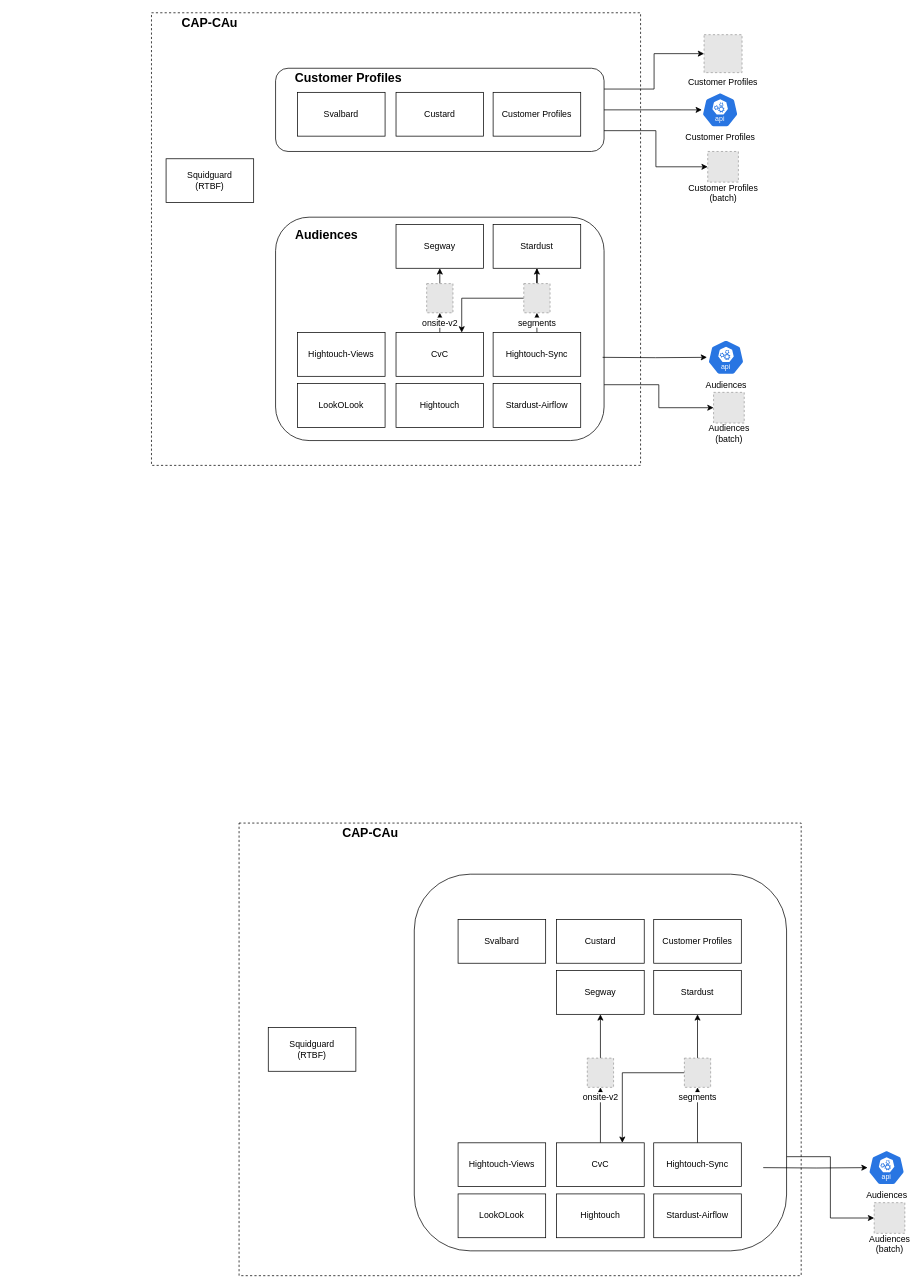
peymanmahdikhani/extra keeps this draw.io diagram as bounded-countexts.drawio. Above is the earlier version. Source tidied: cells renumbered, new cells numbered last; positions are measured from the earlier drawing's top-left corner, leaving out a move shared by most shapes. Both pictures are drawn from the tidied source at 73%, with x=0, y=0 at pixel (151, 12). Pictures stored in the file or linked from it are replaced by grey dashed boxes.
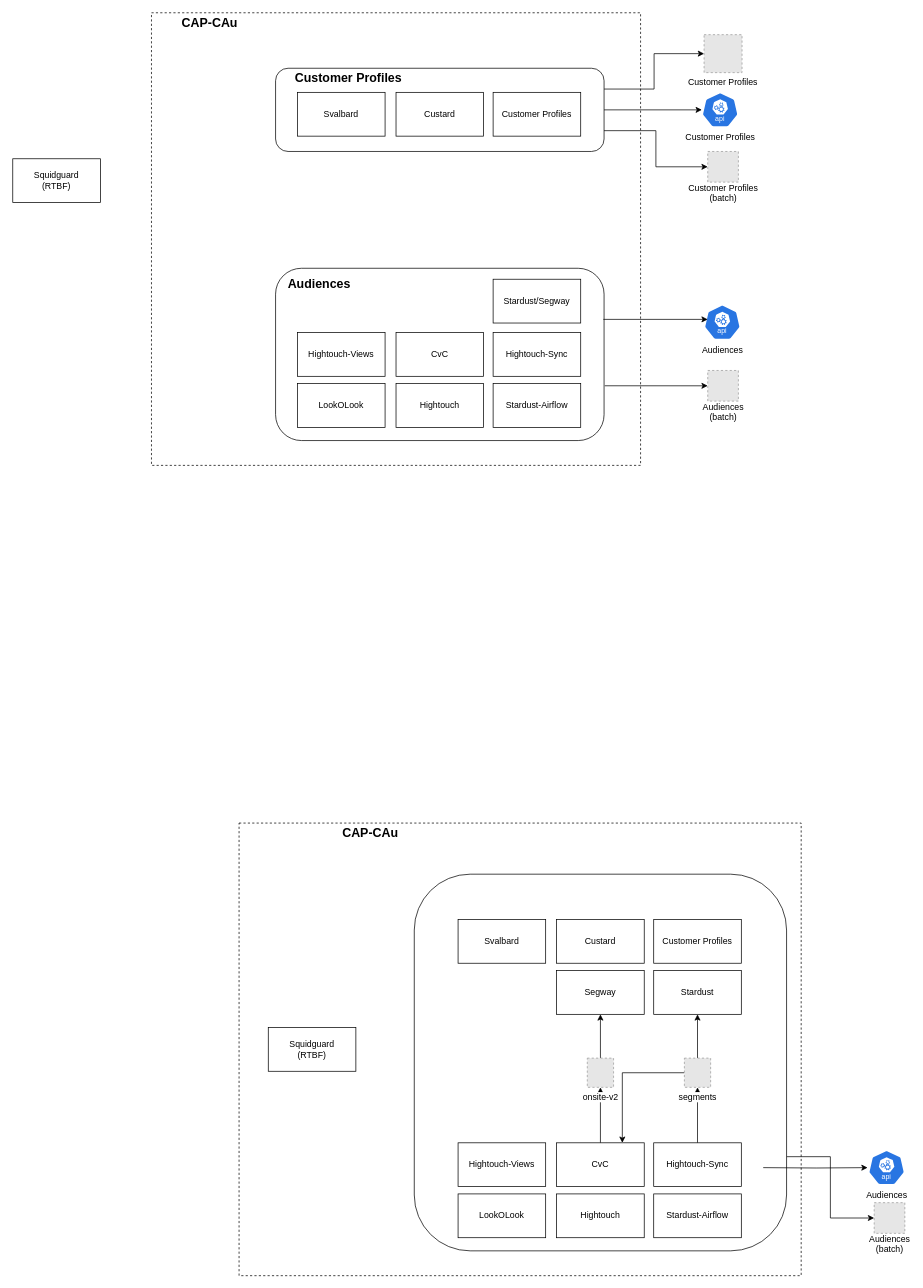
After the change.

The change refers to these unchanged cells:
```xml
<mxCell id="13" value="Hightouch-Sync" style="rounded=0;whiteSpace=wrap;html=1;" parent="1" vertex="1">
  <mxGeometry x="468" y="438" width="120" height="60" as="geometry" />
</mxCell>
<mxCell id="14" value="CvC" style="rounded=0;whiteSpace=wrap;html=1;" parent="1" vertex="1">
  <mxGeometry x="335" y="438" width="120" height="60" as="geometry" />
</mxCell>
```

What changed in the source:
```diff
@@
-    <mxCell id="3" style="edgeStyle=orthogonalEdgeStyle;rounded=0;jettySize=auto;html=1;entryX=0;entryY=0.5;entryDx=0;entryDy=0;exitX=1;exitY=0.75;exitDx=0;exitDy=0;" parent="1" edge="1" source="4" target="24">
+    <mxCell id="3" style="edgeStyle=orthogonalEdgeStyle;rounded=0;jettySize=auto;html=1;entryX=0;entryY=0.5;entryDx=0;entryDy=0;exitX=1.002;exitY=0.682;exitDx=0;exitDy=0;exitPerimeter=0;" parent="1" edge="1" source="4" target="24">
       <mxGeometry relative="1" as="geometry" />
     </mxCell>
     <mxCell id="4" style="rounded=1;whiteSpace=wrap;html=1;" parent="1" vertex="1">
-      <mxGeometry x="170" y="280" width="450" height="306" as="geometry" />
+      <mxGeometry x="170" y="350" width="450" height="236" as="geometry" />
     </mxCell>
-    <mxCell id="5" style="edgeStyle=orthogonalEdgeStyle;rounded=0;jettySize=auto;html=1;entryX=0.5;entryY=1;entryDx=0;entryDy=0;exitX=0.5;exitY=0;exitDx=0;exitDy=0;" parent="1" edge="1" source="14" target="20">
-      <mxGeometry relative="1" as="geometry" />
-    </mxCell>
@@
-    <mxCell id="9" value="Stardust" style="rounded=0;whiteSpace=wrap;html=1;" parent="1" vertex="1">
-      <mxGeometry x="468" y="290" width="120" height="60" as="geometry" />
+    <mxCell id="9" value="Stardust/Segway" style="rounded=0;whiteSpace=wrap;html=1;" parent="1" vertex="1">
+      <mxGeometry x="468" y="365" width="120" height="60" as="geometry" />
     </mxCell>
@@
-    <mxCell id="12" style="edgeStyle=orthogonalEdgeStyle;rounded=0;jettySize=auto;html=1;entryX=0.5;entryY=1;entryDx=0;entryDy=0;" parent="1" edge="1" source="13" target="23">
-      <mxGeometry relative="1" as="geometry" />
-    </mxCell>
@@
     <mxCell id="15" value="Squidguard&lt;div&gt;(RTBF)&lt;/div&gt;" style="rounded=0;whiteSpace=wrap;html=1;" parent="1" vertex="1">
-      <mxGeometry x="20" y="200" width="120" height="60" as="geometry" />
+      <mxGeometry x="-190" y="200" width="120" height="60" as="geometry" />
     </mxCell>
-    <mxCell id="16" value="Segway" style="rounded=0;whiteSpace=wrap;html=1;" parent="1" vertex="1">
-      <mxGeometry x="335" y="290" width="120" height="60" as="geometry" />
-    </mxCell>
@@
-    <mxCell id="19" style="edgeStyle=orthogonalEdgeStyle;rounded=0;jettySize=auto;html=1;exitX=0.5;exitY=0;exitDx=0;exitDy=0;entryX=0.5;entryY=1;entryDx=0;entryDy=0;" parent="1" edge="1" source="20" target="16">
-      <mxGeometry relative="1" as="geometry" />
-    </mxCell>
-    <mxCell id="20" value="onsite-v2" style="fillColor=#E6E6E6;strokeColor=#999999;dashed=1;html=1;verticalLabelPosition=bottom;labelBackgroundColor=#ffffff;verticalAlign=top;" parent="1" vertex="1">
-      <mxGeometry x="377" y="371" width="36" height="40" as="geometry" />
-    </mxCell>
-    <mxCell id="21" style="edgeStyle=orthogonalEdgeStyle;rounded=0;jettySize=auto;html=1;entryX=0.5;entryY=1;entryDx=0;entryDy=0;" parent="1" edge="1" source="23" target="9">
-      <mxGeometry relative="1" as="geometry" />
-    </mxCell>
-    <mxCell id="22" style="edgeStyle=orthogonalEdgeStyle;rounded=0;jettySize=auto;html=1;entryX=0.75;entryY=0;entryDx=0;entryDy=0;" parent="1" edge="1" source="23" target="14">
-      <mxGeometry relative="1" as="geometry" />
-    </mxCell>
-    <mxCell id="23" value="segments" style="fillColor=#E6E6E6;strokeColor=#999999;dashed=1;html=1;verticalLabelPosition=bottom;labelBackgroundColor=#ffffff;verticalAlign=top;" parent="1" vertex="1">
-      <mxGeometry x="510" y="371" width="36" height="40" as="geometry" />
-    </mxCell>
     <mxCell id="24" value="&lt;span style=&quot;caret-color: rgb(0, 0, 0); color: rgb(0, 0, 0); font-size: 12px; font-weight: 400;&quot;&gt;Audiences&lt;/span&gt;&lt;div&gt;&lt;span style=&quot;caret-color: rgb(0, 0, 0); color: rgb(0, 0, 0); font-size: 12px; font-weight: 400;&quot;&gt;(batch)&lt;/span&gt;&lt;/div&gt;" style="fillColor=#E6E6E6;strokeColor=#999999;dashed=1;html=1;verticalAlign=top;labelPosition=center;verticalLabelPosition=bottom;align=center;spacingTop=-6;fontSize=11;fontStyle=1;fontColor=#999999;" parent="1" vertex="1">
-      <mxGeometry x="770" y="520" width="42" height="42" as="geometry" />
+      <mxGeometry x="762" y="490" width="42" height="42" as="geometry" />
     </mxCell>
     <mxCell id="25" value="Audiences" style="sketch=0;html=1;dashed=0;whitespace=wrap;verticalLabelPosition=bottom;verticalAlign=top;fillColor=#2875E2;strokeColor=#ffffff;points=[[0.005,0.63,0],[0.1,0.2,0],[0.9,0.2,0],[0.5,0,0],[0.995,0.63,0],[0.72,0.99,0],[0.5,1,0],[0.28,0.99,0]];shape=mxgraph.kubernetes.icon2;kubernetesLabel=1;prIcon=api;" parent="1" vertex="1">
-      <mxGeometry x="762" y="448" width="50" height="48" as="geometry" />
+      <mxGeometry x="757" y="400" width="50" height="48" as="geometry" />
     </mxCell>
-    <mxCell id="26" style="edgeStyle=orthogonalEdgeStyle;rounded=0;jettySize=auto;html=1;entryX=-0.02;entryY=0.5;entryDx=0;entryDy=0;entryPerimeter=0;" parent="1" edge="1" target="25">
+    <mxCell id="26" style="edgeStyle=orthogonalEdgeStyle;rounded=0;orthogonalLoop=1;jettySize=auto;html=1;entryX=-0.02;entryY=0.5;entryDx=0;entryDy=0;entryPerimeter=0;" parent="1" edge="1">
       <mxGeometry relative="1" as="geometry">
-        <mxPoint x="618" y="472" as="sourcePoint" />
+        <mxPoint x="619" y="420" as="sourcePoint" />
+        <mxPoint x="762" y="420" as="targetPoint" />
       </mxGeometry>
     </mxCell>
@@
     <mxCell id="32" value="&lt;b&gt;&lt;font style=&quot;font-size: 17px;&quot;&gt;Audiences&lt;/font&gt;&lt;/b&gt;" style="text;html=1;align=center;verticalAlign=middle;whiteSpace=wrap;rounded=0;" parent="1" vertex="1">
-      <mxGeometry x="200" y="290" width="80" height="30" as="geometry" />
+      <mxGeometry x="190" y="358" width="80" height="30" as="geometry" />
     </mxCell>
```
